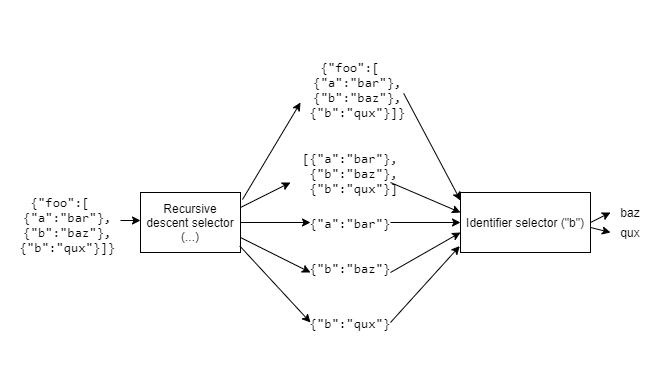
This is doc_source/articles/JsonPath/images/EvaluateSelectorListWithRecursiveDescent.png from danielaparker/JsonCons.Net, a draw.io export, as it was before one commit. Source tidied: cells renumbered, new cells last; positions are measured from the earlier drawing's top-left corner, leaving out a move shared by most shapes.
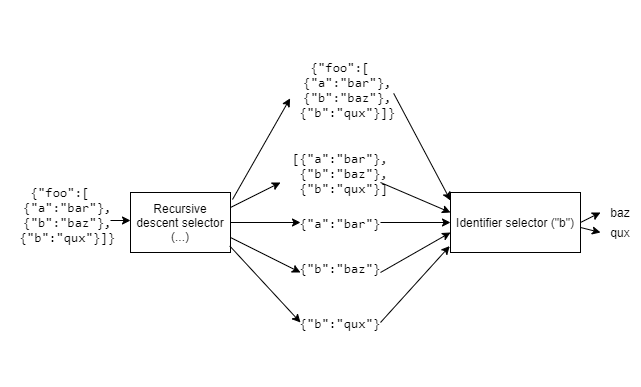
After the change.

What changed in the source:
```diff
@@ -9,7 +9,7 @@
       <mxGeometry x="460" y="170" width="130" height="60" as="geometry" />
     </mxCell>
     <mxCell id="4" value="&lt;br&gt;&lt;br&gt;&lt;div style=&quot;font-family: &amp;#34;courier new&amp;#34; ; font-size: 10.0pt ; color: #000000 ; background-color: #ffffff ; font-style: normal ; font-weight: normal ; text-decoration: none&quot;&gt;&lt;br&gt;&lt;pre&gt;{&quot;foo&quot;:[&lt;br&gt;  {&quot;a&quot;:&quot;bar&quot;},&lt;br&gt;  {&quot;b&quot;:&quot;baz&quot;},&lt;br&gt;  {&quot;b&quot;:&quot;qux&quot;}]}&lt;br&gt;&lt;/pre&gt;&lt;/div&gt;&lt;br&gt;&lt;br&gt;" style="text;html=1;strokeColor=none;fillColor=none;align=center;verticalAlign=middle;whiteSpace=wrap;rounded=0;" parent="1" vertex="1">
-      <mxGeometry y="170" width="120" height="50" as="geometry" />
+      <mxGeometry x="10" y="160" width="120" height="50" as="geometry" />
     </mxCell>
     <mxCell id="5" value="&#10;&#10;&lt;div style=&quot;font-family: &amp;quot;courier new&amp;quot; ; font-size: 10.0pt ; color: #000000 ; background-color: #ffffff ; font-style: normal ; font-weight: normal ; text-decoration: none&quot;&gt;&#10;&lt;pre&gt;{&quot;a&quot;:&quot;bar&quot;}&lt;/pre&gt;&lt;/div&gt;&#10;&#10;&#10;" style="text;html=1;strokeColor=none;fillColor=none;align=center;verticalAlign=middle;whiteSpace=wrap;rounded=0;" parent="1" vertex="1">
       <mxGeometry x="330" y="190" width="40" height="20" as="geometry" />
@@ -54,8 +54,9 @@
         <mxPoint x="460" y="210" as="targetPoint" />
       </mxGeometry>
     </mxCell>
-    <mxCell id="16" style="endArrow=classic;html=1;exitX=1.032;exitY=0.591;exitDx=0;exitDy=0;exitPerimeter=0;" parent="1" edge="1" source="13">
+    <mxCell id="16" style="endArrow=classic;html=1;exitX=1.032;exitY=0.591;exitDx=0;exitDy=0;exitPerimeter=0;" parent="1" edge="1">
       <mxGeometry relative="1" as="geometry">
+        <mxPoint x="403.2" y="70.9" as="sourcePoint" />
         <mxPoint x="460" y="178" as="targetPoint" />
       </mxGeometry>
     </mxCell>
@@ -65,9 +66,9 @@
         <mxPoint x="460" y="200" as="targetPoint" />
       </mxGeometry>
     </mxCell>
-    <mxCell id="18" style="endArrow=classic;html=1;exitX=1.02;exitY=0.117;exitDx=0;exitDy=0;exitPerimeter=0;" parent="1" edge="1" source="2">
+    <mxCell id="18" style="endArrow=classic;html=1;entryX=-0.004;entryY=0.632;entryDx=0;entryDy=0;entryPerimeter=0;" parent="1" edge="1" target="13">
       <mxGeometry relative="1" as="geometry">
-        <mxPoint x="300" y="80" as="targetPoint" />
+        <mxPoint x="242" y="177" as="sourcePoint" />
       </mxGeometry>
     </mxCell>
     <mxCell id="19" style="endArrow=classic;html=1;exitX=0.992;exitY=0.89;exitDx=0;exitDy=0;exitPerimeter=0;" parent="1" edge="1" source="2">
```
